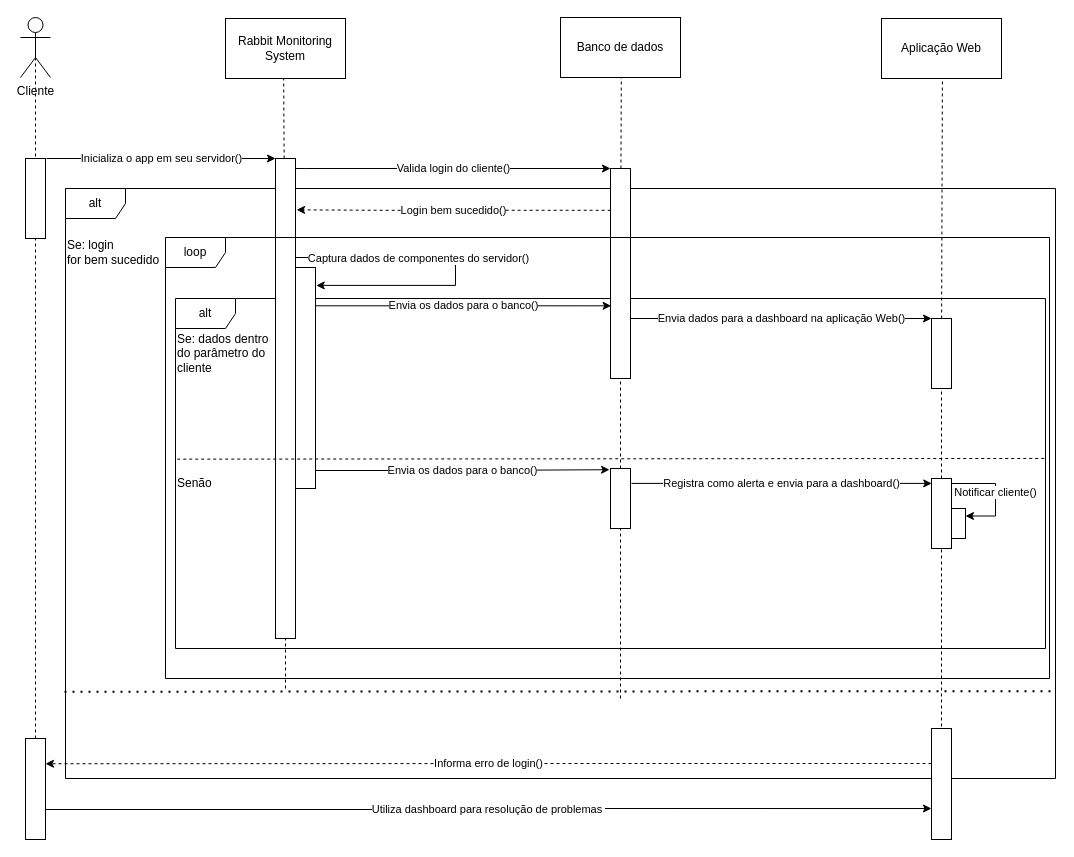
Above: Documentação/DiagSeqRabbit.drawio.xml in equipebolsa/Rabbit-Monitoring-System (draw.io), before the change. Source tidied: cells renumbered, new cells numbered last; positions are measured from the earlier drawing's top-left corner, leaving out a move shared by most shapes. Both pictures are drawn from the tidied source at 100%, with x=0, y=0 at pixel (20, 17).
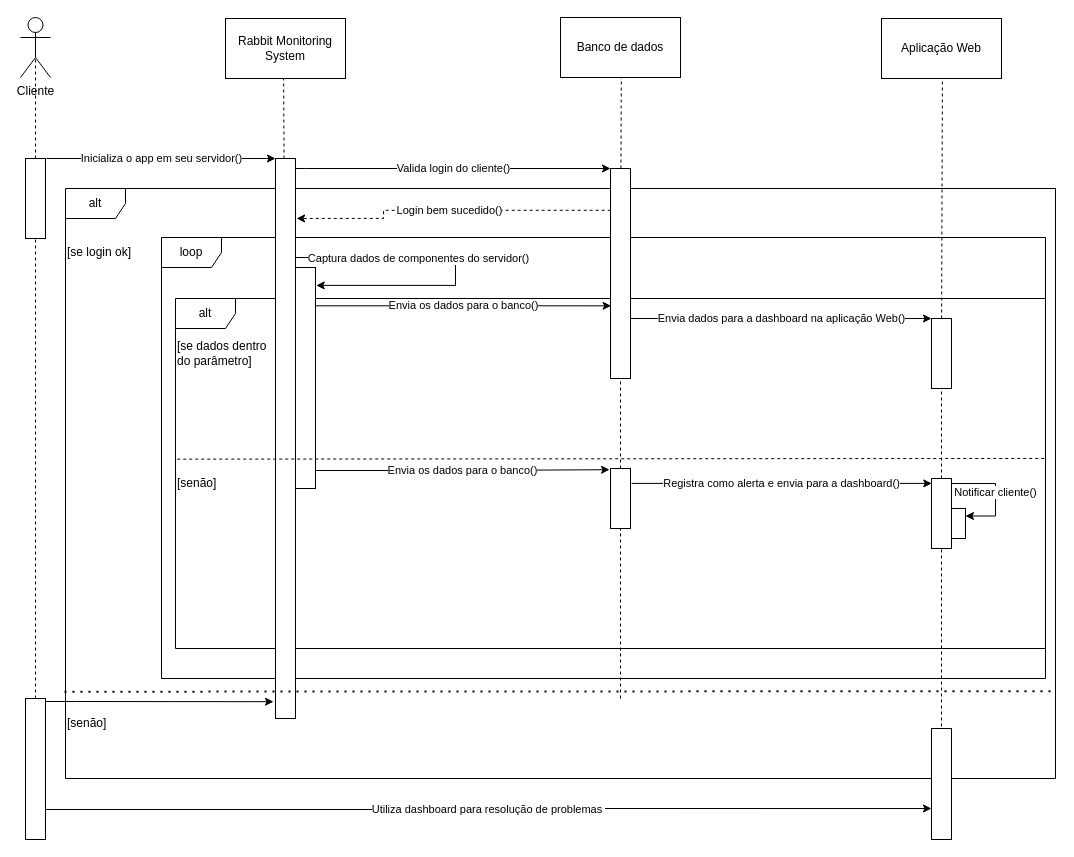
Above is the later version.

Commit message (it also covers changes not shown here):
Correção Diagrama Sequência

Unchanged cells that the change refers to:
```xml
<mxCell id="36" style="rounded=0;whiteSpace=wrap;html=1;" parent="1" vertex="1">
  <mxGeometry x="911" y="711" width="20" height="111" as="geometry" />
</mxCell>
```

Change to the diagram source:
```diff
@@
+    <mxCell id="3" value="alt" style="shape=umlFrame;whiteSpace=wrap;html=1;" parent="1" vertex="1">
+      <mxGeometry x="45" y="171" width="990" height="590" as="geometry" />
+    </mxCell>
+    <mxCell id="44" value="loop" style="shape=umlFrame;whiteSpace=wrap;html=1;" parent="1" vertex="1">
+      <mxGeometry x="141" y="220" width="884" height="441" as="geometry" />
+    </mxCell>
@@
-    <mxCell id="3" value="alt" style="shape=umlFrame;whiteSpace=wrap;html=1;" parent="1" vertex="1">
-      <mxGeometry x="45" y="171" width="990" height="590" as="geometry" />
-    </mxCell>
@@
+    <mxCell id="45" style="edgeStyle=orthogonalEdgeStyle;rounded=0;jettySize=auto;html=1;entryX=-0.1;entryY=0.97;entryDx=0;entryDy=0;entryPerimeter=0;" parent="1" edge="1" source="17" target="21">
+      <mxGeometry relative="1" as="geometry">
+        <Array as="points">
+          <mxPoint x="55" y="684" />
+          <mxPoint x="55" y="684" />
+        </Array>
+      </mxGeometry>
+    </mxCell>
     <mxCell id="17" style="rounded=0;whiteSpace=wrap;html=1;" parent="1" vertex="1">
-      <mxGeometry x="5" y="721" width="20" height="101" as="geometry" />
+      <mxGeometry x="5" y="681" width="20" height="141" as="geometry" />
     </mxCell>
@@
     <mxCell id="21" style="rounded=0;whiteSpace=wrap;html=1;" parent="1" vertex="1">
-      <mxGeometry x="255" y="141" width="20" height="480" as="geometry" />
+      <mxGeometry x="255" y="141" width="20" height="560" as="geometry" />
     </mxCell>
@@
-    <mxCell id="30" value="Se: login&lt;br&gt;for bem sucedido" style="text;html=1;strokeColor=none;fillColor=none;align=left;verticalAlign=middle;whiteSpace=wrap;rounded=0;" parent="1" vertex="1">
+    <mxCell id="30" value="[se login ok]" style="text;html=1;strokeColor=none;fillColor=none;align=left;verticalAlign=middle;whiteSpace=wrap;rounded=0;" parent="1" vertex="1">
       <mxGeometry x="45" y="220" width="100" height="30" as="geometry" />
     </mxCell>
@@
-    <mxCell id="33" value="Se: dados dentro do parâmetro do cliente" style="text;html=1;strokeColor=none;fillColor=none;align=left;verticalAlign=middle;whiteSpace=wrap;rounded=0;" parent="1" vertex="1">
+    <mxCell id="33" value="[se dados dentro do parâmetro]" style="text;html=1;strokeColor=none;fillColor=none;align=left;verticalAlign=middle;whiteSpace=wrap;rounded=0;" parent="1" vertex="1">
       <mxGeometry x="155" y="321" width="100" height="30" as="geometry" />
     </mxCell>
@@
-    <mxCell id="35" value="Informa erro de login()" style="edgeStyle=orthogonalEdgeStyle;rounded=0;jettySize=auto;html=1;entryX=1;entryY=0.25;entryDx=0;entryDy=0;dashed=1;" parent="1" edge="1" source="36" target="17">
-      <mxGeometry relative="1" as="geometry">
-        <Array as="points">
-          <mxPoint x="635" y="746" />
-          <mxPoint x="635" y="746" />
-        </Array>
-      </mxGeometry>
-    </mxCell>
@@
-    <mxCell id="37" value="Senão" style="text;html=1;strokeColor=none;fillColor=none;align=left;verticalAlign=middle;whiteSpace=wrap;rounded=0;" parent="1" vertex="1">
+    <mxCell id="37" value="[senão]" style="text;html=1;strokeColor=none;fillColor=none;align=left;verticalAlign=middle;whiteSpace=wrap;rounded=0;" parent="1" vertex="1">
       <mxGeometry x="155" y="451" width="100" height="30" as="geometry" />
     </mxCell>
@@
-    <mxCell id="44" value="loop" style="shape=umlFrame;whiteSpace=wrap;html=1;" parent="1" vertex="1">
-      <mxGeometry x="145" y="220" width="884" height="441" as="geometry" />
-    </mxCell>
+    <mxCell id="46" value="[senão]" style="text;html=1;strokeColor=none;fillColor=none;align=left;verticalAlign=middle;whiteSpace=wrap;rounded=0;" parent="1" vertex="1">
+      <mxGeometry x="45" y="691" width="100" height="30" as="geometry" />
+    </mxCell>
```
